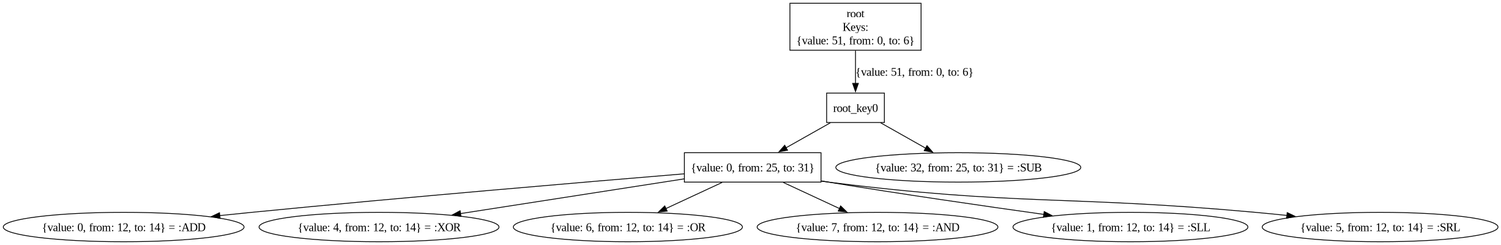
Earlier version of the Graphviz export dot/tree.png (Barkir/ProtDSL). Its source is kept beside it as dot/tree.dot.
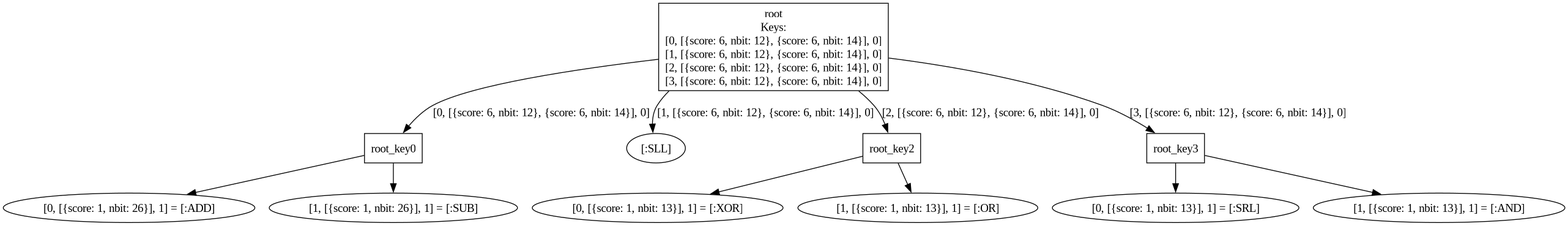
Later version of the same file.

Commit message:
Added scoring algorithm to build decoding tree Refactored big switch generation

The edit, as a diff of the source:
```diff
@@ -1,21 +1,21 @@
 digraph {
   node [shape=box];
-  root [label="root\nKeys:\n{value: 51, from: 0, to: 6}"];
-  root -> root_key0 [label="{value: 51, from: 0, to: 6}"];
-  root_key0_0 [label="{value: 0, from: 25, to: 31}"];
+  root [label="root\nKeys:\n[0, [{score: 6, nbit: 12}, {score: 6, nbit: 14}], 0]\n[1, [{score: 6, nbit: 12}, {score: 6, nbit: 14}], 0]\n[2, [{score: 6, nbit: 12}, {score: 6, nbit: 14}], 0]\n[3, [{score: 6, nbit: 12}, {score: 6, nbit: 14}], 0]"];
+  root -> root_key0 [label="[0, [{score: 6, nbit: 12}, {score: 6, nbit: 14}], 0]"];
+  root_key0_0 [label="[0, [{score: 1, nbit: 26}], 1] = [:ADD]", shape=ellipse];
   root_key0 -> root_key0_0;
-  root_key0_0_0 [label="{value: 0, from: 12, to: 14} = :ADD", shape=ellipse];
-  root_key0_0 -> root_key0_0_0;
-  root_key0_0_1 [label="{value: 4, from: 12, to: 14} = :XOR", shape=ellipse];
-  root_key0_0 -> root_key0_0_1;
-  root_key0_0_2 [label="{value: 6, from: 12, to: 14} = :OR", shape=ellipse];
-  root_key0_0 -> root_key0_0_2;
-  root_key0_0_3 [label="{value: 7, from: 12, to: 14} = :AND", shape=ellipse];
-  root_key0_0 -> root_key0_0_3;
-  root_key0_0_4 [label="{value: 1, from: 12, to: 14} = :SLL", shape=ellipse];
-  root_key0_0 -> root_key0_0_4;
-  root_key0_0_5 [label="{value: 5, from: 12, to: 14} = :SRL", shape=ellipse];
-  root_key0_0 -> root_key0_0_5;
-  root_key0_1 [label="{value: 32, from: 25, to: 31} = :SUB", shape=ellipse];
+  root_key0_1 [label="[1, [{score: 1, nbit: 26}], 1] = [:SUB]", shape=ellipse];
   root_key0 -> root_key0_1;
+  root -> root_key1 [label="[1, [{score: 6, nbit: 12}, {score: 6, nbit: 14}], 0]"];
+  root_key1 [label="[:SLL]", shape=ellipse];
+  root -> root_key2 [label="[2, [{score: 6, nbit: 12}, {score: 6, nbit: 14}], 0]"];
+  root_key2_0 [label="[0, [{score: 1, nbit: 13}], 1] = [:XOR]", shape=ellipse];
+  root_key2 -> root_key2_0;
+  root_key2_1 [label="[1, [{score: 1, nbit: 13}], 1] = [:OR]", shape=ellipse];
+  root_key2 -> root_key2_1;
+  root -> root_key3 [label="[3, [{score: 6, nbit: 12}, {score: 6, nbit: 14}], 0]"];
+  root_key3_0 [label="[0, [{score: 1, nbit: 13}], 1] = [:SRL]", shape=ellipse];
+  root_key3 -> root_key3_0;
+  root_key3_1 [label="[1, [{score: 1, nbit: 13}], 1] = [:AND]", shape=ellipse];
+  root_key3 -> root_key3_1;
 }
```
